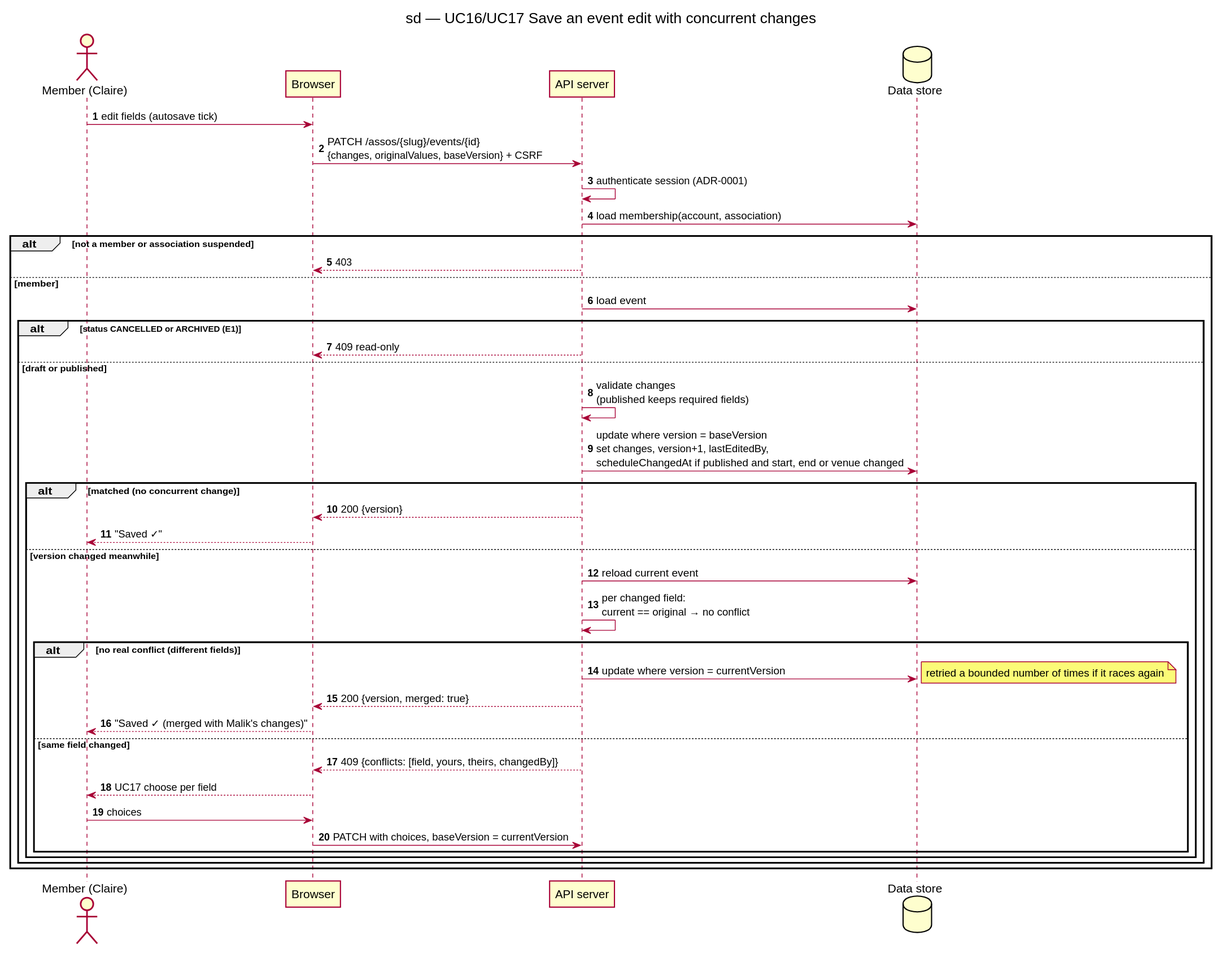
Above: docs/architecture/diagrams/v1-events/02a-sequence-autosave-conflict.svg in benoit-bremaud/HappiHub (PlantUML), before the change. The source it was exported from:
```plantuml
@startuml
title sd — UC16/UC17 Save an event edit with concurrent changes
skinparam shadowing false
autonumber
actor "Member (Claire)" as M
participant "Browser" as B
participant "API server" as A
database "Data store" as D

M -> B : edit fields (autosave tick)
B -> A : PATCH /assos/{slug}/events/{id}\n{changes, originalValues, baseVersion} + CSRF
A -> A : authenticate session (ADR-0001)
A -> D : load membership(account, association)
alt not a member or association suspended
  A --> B : 403
else member
  A -> D : load event
  alt status CANCELLED or ARCHIVED (E1)
    A --> B : 409 read-only
  else draft or published
    A -> A : validate changes\n(published keeps required fields)
    A -> D : update where version = baseVersion\nset changes, version+1, lastEditedBy,\nscheduleChangedAt if published and start, end or venue changed
    alt matched (no concurrent change)
      A --> B : 200 {version}
      B --> M : "Saved ✓"
    else version changed meanwhile
      A -> D : reload current event
      A -> A : per changed field:\ncurrent == original → no conflict
      alt no real conflict (different fields)
        A -> D : update where version = currentVersion
        note right : retried a bounded number of times if it races again
        A --> B : 200 {version, merged: true}
        B --> M : "Saved ✓ (merged with Malik's changes)"
      else same field changed
        A --> B : 409 {conflicts: [field, yours, theirs, changedBy]}
        B --> M : UC17 choose per field
        M -> B : choices
        B -> A : PATCH with choices, baseVersion = currentVersion
      end
    end
  end
end
@enduml
```
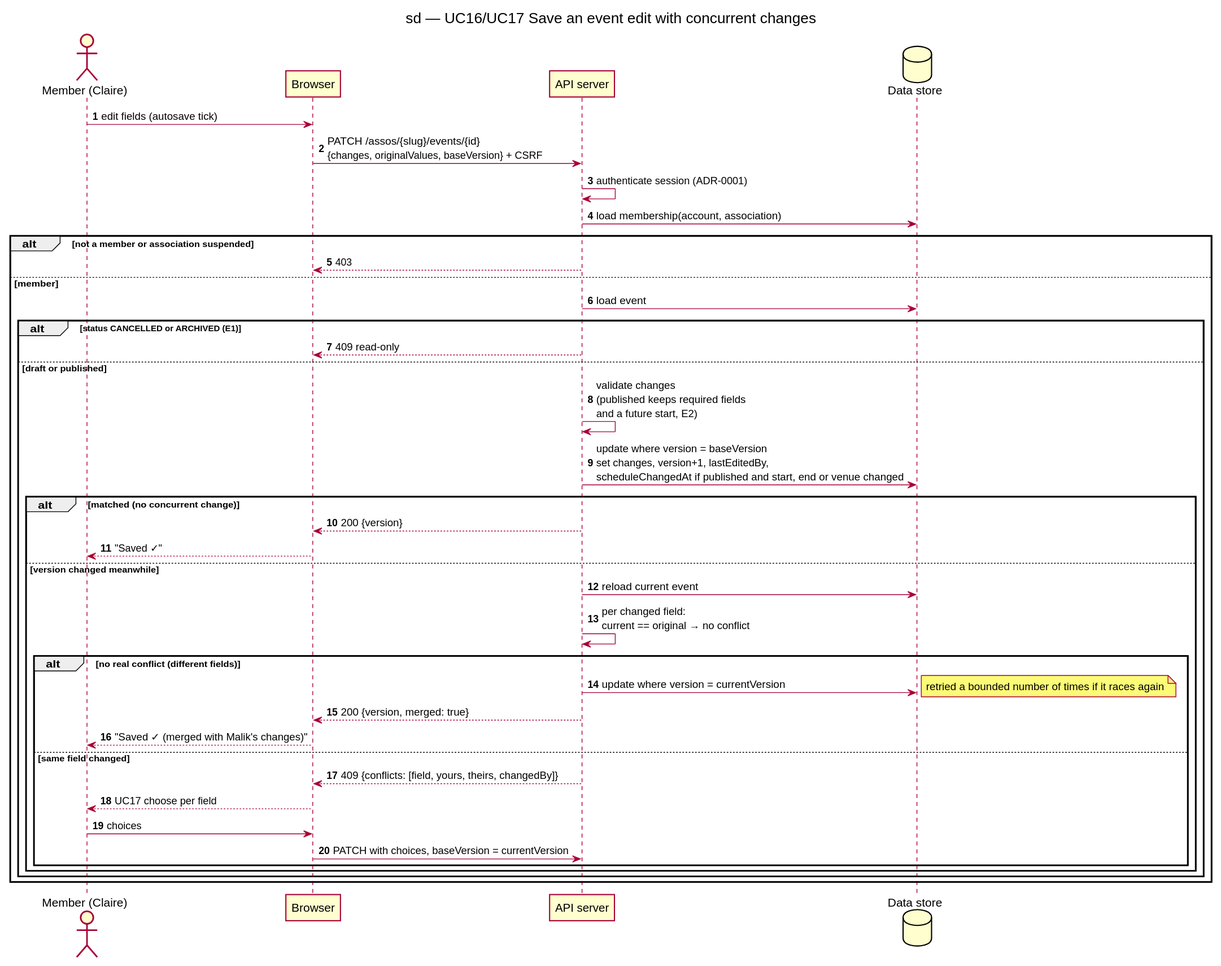
Above is the later version.

The edit, as a diff of the source:
```diff
@@ -18,7 +18,7 @@
   alt status CANCELLED or ARCHIVED (E1)
     A --> B : 409 read-only
   else draft or published
-    A -> A : validate changes\n(published keeps required fields)
+    A -> A : validate changes\n(published keeps required fields\nand a future start, E2)
     A -> D : update where version = baseVersion\nset changes, version+1, lastEditedBy,\nscheduleChangedAt if published and start, end or venue changed
     alt matched (no concurrent change)
       A --> B : 200 {version}
```
